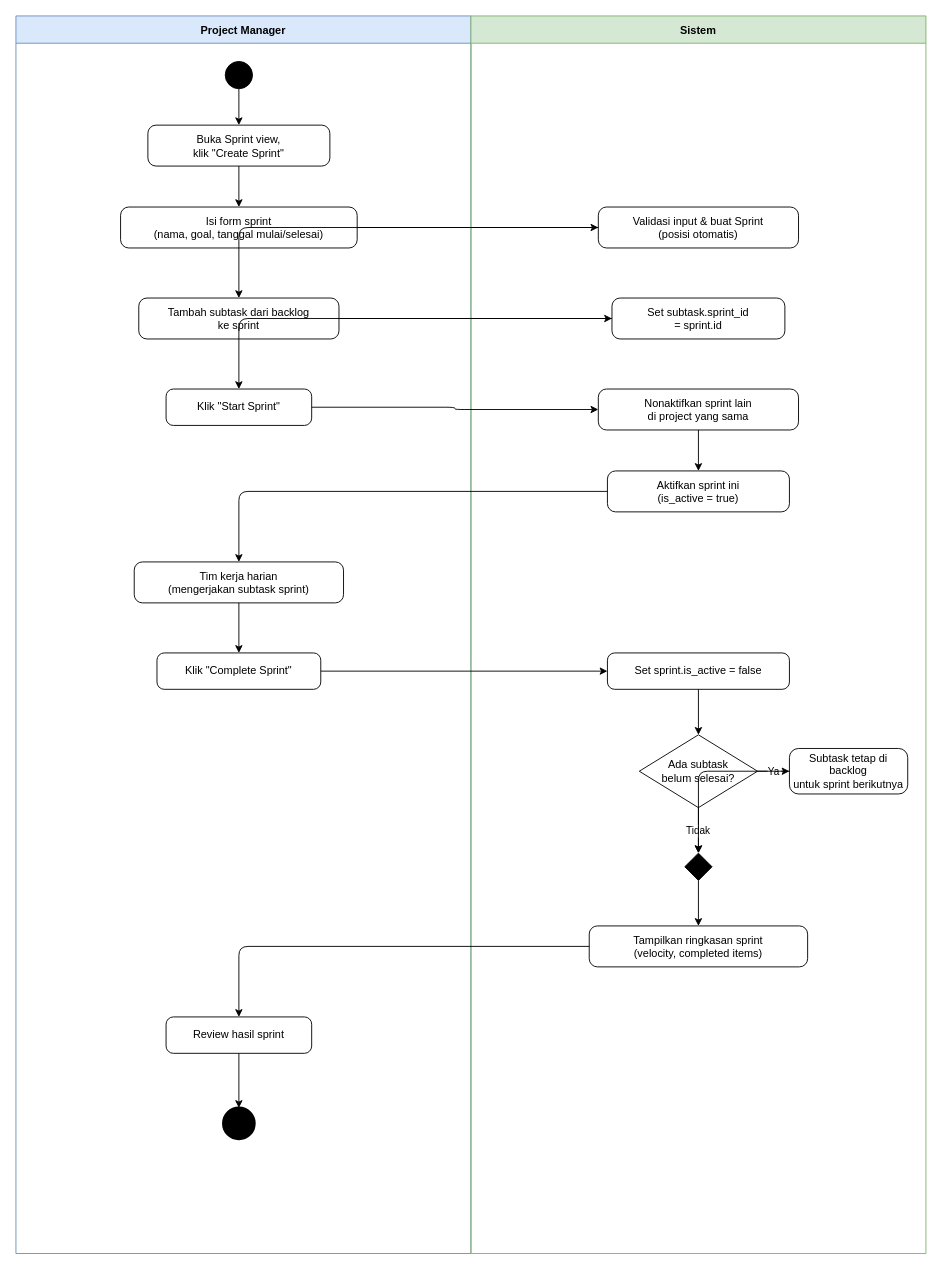
The draw.io diagram page "2. Siklus Sprint" (2 of 8) of docs/activity-diagrams.drawio in JeffryH31/tugas-akhir, before the edit. Source tidied: cells renumbered, new cells numbered last; positions are measured from the earlier drawing's top-left corner, leaving out a move shared by most shapes. Both pictures are drawn from the tidied source at 91%, with x=0, y=0 at pixel (15, 15).
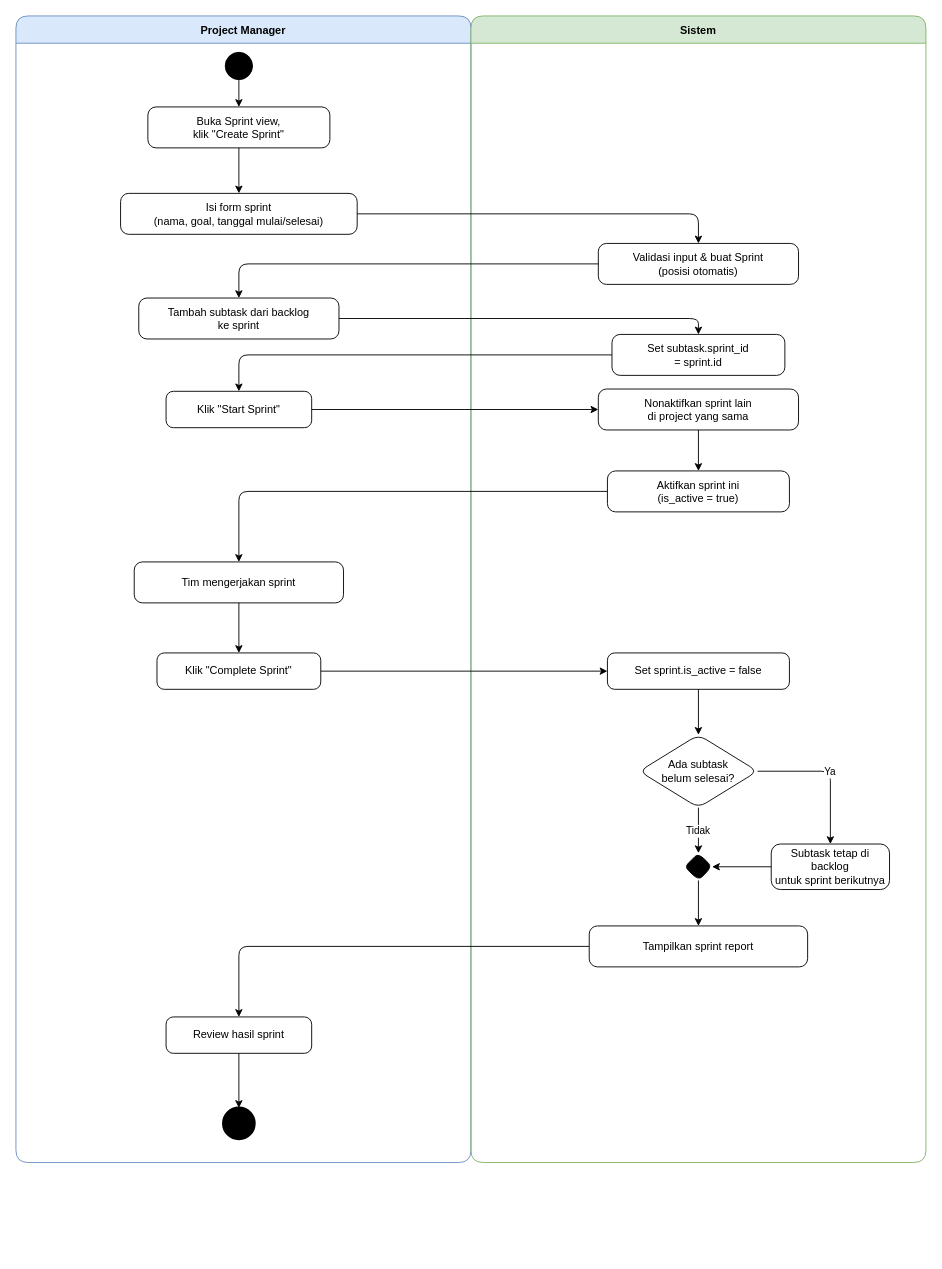
The same page after the edit.

Unchanged cells that the change refers to:
```xml
<mxCell id="11" value="Nonaktifkan sprint lain&#10;di project yang sama" style="rounded=1;whiteSpace=wrap;html=1;arcSize=20;" parent="3" vertex="1">
  <mxGeometry x="140" y="410" width="220" height="45" as="geometry" />
</mxCell>
<mxCell id="12" value="Aktifkan sprint ini&#10;(is_active = true)" style="rounded=1;whiteSpace=wrap;html=1;arcSize=20;" parent="3" vertex="1">
  <mxGeometry x="150" y="500" width="200" height="45" as="geometry" />
</mxCell>
<mxCell id="15" value="Set sprint.is_active = false" style="rounded=1;whiteSpace=wrap;html=1;arcSize=20;" parent="3" vertex="1">
  <mxGeometry x="150" y="700" width="200" height="40" as="geometry" />
</mxCell>
```

Change to the diagram source:
```diff
@@
-    <mxCell id="2" value="Project Manager" style="shape=swimlane;startSize=30;horizontal=1;fillColor=#dae8fc;strokeColor=#6c8ebf;fontSize=12;fontStyle=1;" parent="1" vertex="1">
-      <mxGeometry width="500" height="1360" as="geometry" />
+    <mxCell id="2" value="Project Manager" style="shape=swimlane;startSize=30;horizontal=1;fillColor=#dae8fc;strokeColor=#6c8ebf;fontSize=12;fontStyle=1;rounded=1;" parent="1" vertex="1">
+      <mxGeometry width="500" height="1260" as="geometry" />
     </mxCell>
-    <mxCell id="3" value="Sistem" style="shape=swimlane;startSize=30;horizontal=1;fillColor=#d5e8d4;strokeColor=#82b366;fontSize=12;fontStyle=1;" parent="1" vertex="1">
-      <mxGeometry x="500" width="500" height="1360" as="geometry" />
-    </mxCell>
-    <mxCell id="4" style="ellipse;fillColor=#000000;strokeColor=#000000;html=1;" parent="2" vertex="1">
-      <mxGeometry x="230" y="50" width="30" height="30" as="geometry" />
+    <mxCell id="4" style="ellipse;fillColor=#000000;strokeColor=#000000;html=1;rounded=1;" parent="2" vertex="1">
+      <mxGeometry x="230" y="40" width="30" height="30" as="geometry" />
     </mxCell>
     <mxCell id="5" value="Buka Sprint view,&#10;klik &quot;Create Sprint&quot;" style="rounded=1;whiteSpace=wrap;html=1;arcSize=20;" parent="2" vertex="1">
-      <mxGeometry x="145" y="120" width="200" height="45" as="geometry" />
+      <mxGeometry x="145" y="100" width="200" height="45" as="geometry" />
     </mxCell>
     <mxCell id="6" value="Isi form sprint&#10;(nama, goal, tanggal mulai/selesai)" style="rounded=1;whiteSpace=wrap;html=1;arcSize=20;" parent="2" vertex="1">
-      <mxGeometry x="115" y="210" width="260" height="45" as="geometry" />
+      <mxGeometry x="115" y="195" width="260" height="45" as="geometry" />
     </mxCell>
+    <mxCell id="8" value="Tambah subtask dari backlog&#10;ke sprint" style="rounded=1;whiteSpace=wrap;html=1;arcSize=20;" parent="2" vertex="1">
+      <mxGeometry x="135" y="310" width="220" height="45" as="geometry" />
+    </mxCell>
+    <mxCell id="10" value="Klik &quot;Start Sprint&quot;" style="rounded=1;whiteSpace=wrap;html=1;arcSize=20;" parent="2" vertex="1">
+      <mxGeometry x="165" y="412.5" width="160" height="40" as="geometry" />
+    </mxCell>
+    <mxCell id="13" value="Tim mengerjakan sprint" style="rounded=1;whiteSpace=wrap;html=1;arcSize=20;" parent="2" vertex="1">
+      <mxGeometry x="130" y="600" width="230" height="45" as="geometry" />
+    </mxCell>
+    <mxCell id="14" value="Klik &quot;Complete Sprint&quot;" style="rounded=1;whiteSpace=wrap;html=1;arcSize=20;" parent="2" vertex="1">
+      <mxGeometry x="155" y="700" width="180" height="40" as="geometry" />
+    </mxCell>
+    <mxCell id="20" value="Review hasil sprint" style="rounded=1;whiteSpace=wrap;html=1;arcSize=20;" parent="2" vertex="1">
+      <mxGeometry x="165" y="1100" width="160" height="40" as="geometry" />
+    </mxCell>
+    <mxCell id="21" style="ellipse;fillColor=#000000;strokeColor=#000000;html=1;strokeWidth=3;rounded=1;" parent="2" vertex="1">
+      <mxGeometry x="228" y="1200" width="34" height="34" as="geometry" />
+    </mxCell>
+    <mxCell id="3" value="Sistem" style="shape=swimlane;startSize=30;horizontal=1;fillColor=#d5e8d4;strokeColor=#82b366;fontSize=12;fontStyle=1;rounded=1;" parent="1" vertex="1">
+      <mxGeometry x="500" width="500" height="1260" as="geometry" />
+    </mxCell>
     <mxCell id="7" value="Validasi input &amp; buat Sprint&#10;(posisi otomatis)" style="rounded=1;whiteSpace=wrap;html=1;arcSize=20;" parent="3" vertex="1">
-      <mxGeometry x="140" y="210" width="220" height="45" as="geometry" />
+      <mxGeometry x="140" y="250" width="220" height="45" as="geometry" />
     </mxCell>
-    <mxCell id="8" value="Tambah subtask dari backlog&#10;ke sprint" style="rounded=1;whiteSpace=wrap;html=1;arcSize=20;" parent="2" vertex="1">
-      <mxGeometry x="135" y="310" width="220" height="45" as="geometry" />
-    </mxCell>
     <mxCell id="9" value="Set subtask.sprint_id&#10;= sprint.id" style="rounded=1;whiteSpace=wrap;html=1;arcSize=20;" parent="3" vertex="1">
-      <mxGeometry x="155" y="310" width="190" height="45" as="geometry" />
+      <mxGeometry x="155" y="350" width="190" height="45" as="geometry" />
     </mxCell>
-    <mxCell id="10" value="Klik &quot;Start Sprint&quot;" style="rounded=1;whiteSpace=wrap;html=1;arcSize=20;" parent="2" vertex="1">
-      <mxGeometry x="165" y="410" width="160" height="40" as="geometry" />
-    </mxCell>
@@
-    <mxCell id="13" value="Tim kerja harian&#10;(mengerjakan subtask sprint)" style="rounded=1;whiteSpace=wrap;html=1;arcSize=20;" parent="2" vertex="1">
-      <mxGeometry x="130" y="600" width="230" height="45" as="geometry" />
-    </mxCell>
-    <mxCell id="14" value="Klik &quot;Complete Sprint&quot;" style="rounded=1;whiteSpace=wrap;html=1;arcSize=20;" parent="2" vertex="1">
-      <mxGeometry x="155" y="700" width="180" height="40" as="geometry" />
-    </mxCell>
@@
-    <mxCell id="16" value="Ada subtask&#10;belum selesai?" style="rhombus;whiteSpace=wrap;html=1;" parent="3" vertex="1">
+    <mxCell id="16" value="Ada subtask&#10;belum selesai?" style="rhombus;whiteSpace=wrap;html=1;rounded=1;" parent="3" vertex="1">
       <mxGeometry x="185" y="790" width="130" height="80" as="geometry" />
     </mxCell>
     <mxCell id="17" value="Subtask tetap di backlog&#10;untuk sprint berikutnya" style="rounded=1;whiteSpace=wrap;html=1;arcSize=20;" parent="3" vertex="1">
-      <mxGeometry x="350" y="805" width="130" height="50" as="geometry" />
+      <mxGeometry x="330" y="910" width="130" height="50" as="geometry" />
     </mxCell>
-    <mxCell id="18" style="rhombus;fillColor=#000000;strokeColor=#000000;html=1;" parent="3" vertex="1">
+    <mxCell id="18" style="rhombus;fillColor=#000000;strokeColor=#000000;html=1;rounded=1;" parent="3" vertex="1">
       <mxGeometry x="235" y="920" width="30" height="30" as="geometry" />
     </mxCell>
-    <mxCell id="19" value="Tampilkan ringkasan sprint&#10;(velocity, completed items)" style="rounded=1;whiteSpace=wrap;html=1;arcSize=20;" parent="3" vertex="1">
+    <mxCell id="19" value="Tampilkan sprint report" style="rounded=1;whiteSpace=wrap;html=1;arcSize=20;" parent="3" vertex="1">
       <mxGeometry x="130" y="1000" width="240" height="45" as="geometry" />
     </mxCell>
-    <mxCell id="20" value="Review hasil sprint" style="rounded=1;whiteSpace=wrap;html=1;arcSize=20;" parent="2" vertex="1">
-      <mxGeometry x="165" y="1100" width="160" height="40" as="geometry" />
-    </mxCell>
-    <mxCell id="21" style="ellipse;fillColor=#000000;strokeColor=#000000;html=1;strokeWidth=3;" parent="2" vertex="1">
-      <mxGeometry x="228" y="1200" width="34" height="34" as="geometry" />
-    </mxCell>
-    <mxCell id="22" style="edgeStyle=orthogonalEdgeStyle;" parent="1" edge="1" source="4" target="5">
+    <mxCell id="22" style="edgeStyle=orthogonalEdgeStyle;rounded=1;" parent="1" edge="1" source="4" target="5">
       <mxGeometry relative="1" as="geometry" />
     </mxCell>
-    <mxCell id="23" style="edgeStyle=orthogonalEdgeStyle;" parent="1" edge="1" source="5" target="6">
+    <mxCell id="23" style="edgeStyle=orthogonalEdgeStyle;rounded=1;" parent="1" edge="1" source="5" target="6">
       <mxGeometry relative="1" as="geometry" />
     </mxCell>
-    <mxCell id="24" style="edgeStyle=orthogonalEdgeStyle;" parent="1" edge="1" source="6" target="7">
+    <mxCell id="24" style="edgeStyle=orthogonalEdgeStyle;rounded=1;" parent="1" edge="1" source="6" target="7">
       <mxGeometry relative="1" as="geometry" />
     </mxCell>
-    <mxCell id="25" style="edgeStyle=orthogonalEdgeStyle;" parent="1" edge="1" source="7" target="8">
+    <mxCell id="25" style="edgeStyle=orthogonalEdgeStyle;rounded=1;" parent="1" edge="1" source="7" target="8">
       <mxGeometry relative="1" as="geometry" />
     </mxCell>
-    <mxCell id="26" style="edgeStyle=orthogonalEdgeStyle;" parent="1" edge="1" source="8" target="9">
-      <mxGeometry relative="1" as="geometry" />
+    <mxCell id="26" style="edgeStyle=orthogonalEdgeStyle;rounded=1;" parent="1" edge="1" source="8" target="9">
+      <mxGeometry relative="1" as="geometry">
+        <Array as="points">
+          <mxPoint x="750" y="333" />
+        </Array>
+      </mxGeometry>
     </mxCell>
-    <mxCell id="27" style="edgeStyle=orthogonalEdgeStyle;" parent="1" edge="1" source="9" target="10">
+    <mxCell id="27" style="edgeStyle=orthogonalEdgeStyle;rounded=1;" parent="1" edge="1" source="9" target="10">
       <mxGeometry relative="1" as="geometry" />
     </mxCell>
-    <mxCell id="28" style="edgeStyle=orthogonalEdgeStyle;" parent="1" edge="1" source="10" target="11">
+    <mxCell id="28" style="edgeStyle=orthogonalEdgeStyle;rounded=1;" parent="1" edge="1" source="10" target="11">
       <mxGeometry relative="1" as="geometry" />
     </mxCell>
-    <mxCell id="29" style="edgeStyle=orthogonalEdgeStyle;" parent="1" edge="1" source="11" target="12">
+    <mxCell id="29" style="edgeStyle=orthogonalEdgeStyle;rounded=1;" parent="1" edge="1" source="11" target="12">
       <mxGeometry relative="1" as="geometry" />
     </mxCell>
-    <mxCell id="30" style="edgeStyle=orthogonalEdgeStyle;" parent="1" edge="1" source="12" target="13">
+    <mxCell id="30" style="edgeStyle=orthogonalEdgeStyle;rounded=1;" parent="1" edge="1" source="12" target="13">
       <mxGeometry relative="1" as="geometry" />
     </mxCell>
-    <mxCell id="31" style="edgeStyle=orthogonalEdgeStyle;" parent="1" edge="1" source="13" target="14">
+    <mxCell id="31" style="edgeStyle=orthogonalEdgeStyle;rounded=1;" parent="1" edge="1" source="13" target="14">
       <mxGeometry relative="1" as="geometry" />
     </mxCell>
-    <mxCell id="32" style="edgeStyle=orthogonalEdgeStyle;" parent="1" edge="1" source="14" target="15">
+    <mxCell id="32" style="edgeStyle=orthogonalEdgeStyle;rounded=1;" parent="1" edge="1" source="14" target="15">
       <mxGeometry relative="1" as="geometry" />
     </mxCell>
-    <mxCell id="33" style="edgeStyle=orthogonalEdgeStyle;" parent="1" edge="1" source="15" target="16">
+    <mxCell id="33" style="edgeStyle=orthogonalEdgeStyle;rounded=1;" parent="1" edge="1" source="15" target="16">
       <mxGeometry relative="1" as="geometry" />
     </mxCell>
-    <mxCell id="34" value="Ya" style="edgeStyle=orthogonalEdgeStyle;" parent="1" edge="1" source="16" target="17">
+    <mxCell id="34" value="Ya" style="edgeStyle=orthogonalEdgeStyle;rounded=1;" parent="1" edge="1" source="16" target="17">
       <mxGeometry relative="1" as="geometry" />
     </mxCell>
-    <mxCell id="35" value="Tidak" style="edgeStyle=orthogonalEdgeStyle;" parent="1" edge="1" source="16" target="18">
+    <mxCell id="35" value="Tidak" style="edgeStyle=orthogonalEdgeStyle;rounded=1;" parent="1" edge="1" source="16" target="18">
       <mxGeometry relative="1" as="geometry" />
     </mxCell>
-    <mxCell id="36" style="edgeStyle=orthogonalEdgeStyle;" parent="1" edge="1" source="17" target="18">
+    <mxCell id="36" style="edgeStyle=orthogonalEdgeStyle;rounded=1;" parent="1" edge="1" source="17" target="18">
       <mxGeometry relative="1" as="geometry" />
     </mxCell>
-    <mxCell id="37" style="edgeStyle=orthogonalEdgeStyle;" parent="1" edge="1" source="18" target="19">
+    <mxCell id="37" style="edgeStyle=orthogonalEdgeStyle;rounded=1;" parent="1" edge="1" source="18" target="19">
       <mxGeometry relative="1" as="geometry" />
     </mxCell>
-    <mxCell id="38" style="edgeStyle=orthogonalEdgeStyle;" parent="1" edge="1" source="19" target="20">
+    <mxCell id="38" style="edgeStyle=orthogonalEdgeStyle;rounded=1;" parent="1" edge="1" source="19" target="20">
       <mxGeometry relative="1" as="geometry" />
     </mxCell>
-    <mxCell id="39" style="edgeStyle=orthogonalEdgeStyle;" parent="1" edge="1" source="20" target="21">
+    <mxCell id="39" style="edgeStyle=orthogonalEdgeStyle;rounded=1;" parent="1" edge="1" source="20" target="21">
       <mxGeometry relative="1" as="geometry" />
     </mxCell>
```
